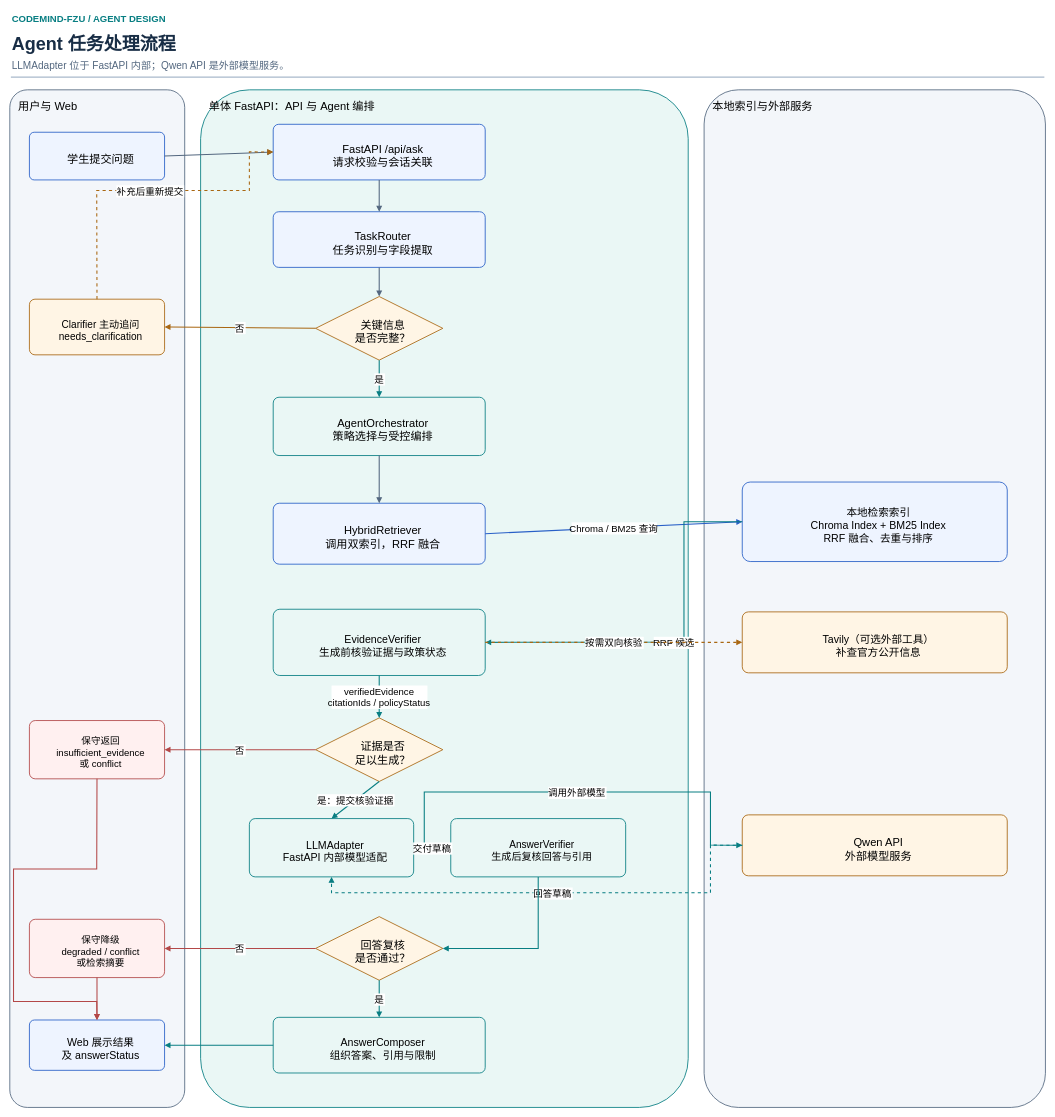
Earlier version of the draw.io diagram docs/assignment-02/system-design/diagrams/agent-flow/Agent流程图_吴诗莹_v1.drawio (yz-Yezi-Genm/CodeMind-FZU). Source tidied: cells renumbered, new cells numbered last; positions are measured from the earlier drawing's top-left corner, leaving out a move shared by most shapes. Both pictures are drawn from the tidied source at 53%, with x=0, y=0 at pixel (10, 9).
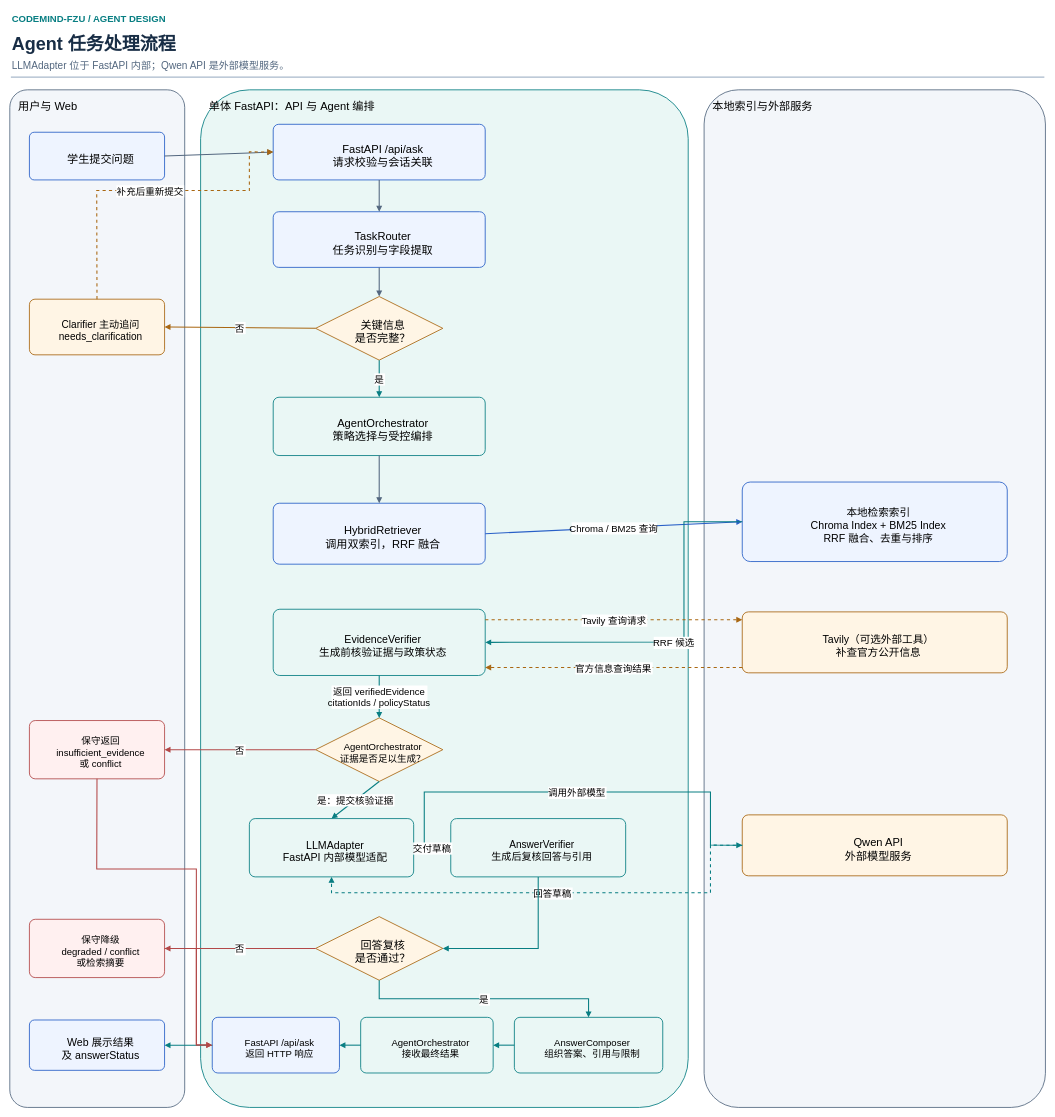
After the change.

Commit message (it also covers changes not shown here):
docs: align Agent diagram response paths

The edit, as a diff of the source:
```diff
@@
-    <mxCell id="19" value="证据是否&#10;足以生成？" style="rhombus;whiteSpace=wrap;html=0;fillColor=#FFF5E5;strokeColor=#A96712;strokeWidth=1.6;fontFamily=Microsoft YaHei;fontSize=21;align=center;verticalAlign=middle;spacingTop=12;spacingLeft=14;" parent="1" vertex="1">
+    <mxCell id="19" value="AgentOrchestrator&#10;证据是否足以生成？" style="rhombus;whiteSpace=wrap;html=0;fillColor=#FFF5E5;strokeColor=#A96712;strokeWidth=1.6;fontFamily=Microsoft YaHei;fontSize=18;align=center;verticalAlign=middle;spacingTop=12;spacingLeft=14;" parent="1" vertex="1">
       <mxGeometry x="577" y="1337" width="240" height="120" as="geometry" />
     </mxCell>
@@
-    <mxCell id="26" value="AnswerComposer&#10;组织答案、引用与限制" style="rounded=1;arcSize=10;whiteSpace=wrap;html=0;fillColor=#EAF7F5;strokeColor=#087E82;strokeWidth=1.6;fontFamily=Microsoft YaHei;fontSize=20;align=center;verticalAlign=middle;spacingTop=12;spacingLeft=14;" parent="1" vertex="1">
-      <mxGeometry x="497" y="1902" width="400" height="105" as="geometry" />
+    <mxCell id="26" value="AnswerComposer&#10;组织答案、引用与限制" style="rounded=1;arcSize=10;whiteSpace=wrap;html=0;fillColor=#EAF7F5;strokeColor=#087E82;strokeWidth=1.6;fontFamily=Microsoft YaHei;fontSize=18;align=center;verticalAlign=middle;spacingTop=12;spacingLeft=14;" parent="1" vertex="1">
+      <mxGeometry x="952" y="1902" width="280" height="105" as="geometry" />
     </mxCell>
+    <mxCell id="50" value="AgentOrchestrator&#10;接收最终结果" style="rounded=1;arcSize=10;whiteSpace=wrap;html=0;fillColor=#EAF7F5;strokeColor=#087E82;strokeWidth=1.6;fontFamily=Microsoft YaHei;fontSize=18;align=center;verticalAlign=middle;spacingTop=12;spacingLeft=14;" parent="1" vertex="1">
+      <mxGeometry x="662" y="1902" width="250" height="105" as="geometry" />
+    </mxCell>
+    <mxCell id="51" value="FastAPI /api/ask&#10;返回 HTTP 响应" style="rounded=1;arcSize=10;whiteSpace=wrap;html=0;fillColor=#EEF4FF;strokeColor=#285FC7;strokeWidth=1.6;fontFamily=Microsoft YaHei;fontSize=18;align=center;verticalAlign=middle;spacingTop=12;spacingLeft=14;" parent="1" vertex="1">
+      <mxGeometry x="382" y="1902" width="240" height="105" as="geometry" />
+    </mxCell>
@@
-    <mxCell id="37" value="按需双向核验" style="edgeStyle=none;rounded=0;html=0;strokeColor=#A96712;strokeWidth=2;endArrow=block;endFill=1;dashed=1;fontFamily=Microsoft YaHei;fontSize=18;labelBackgroundColor=#FFFFFF;" parent="1" edge="1">
+    <mxCell id="37" value="Tavily 查询请求" style="edgeStyle=none;rounded=0;html=0;strokeColor=#A96712;strokeWidth=2;endArrow=block;endFill=1;dashed=1;fontFamily=Microsoft YaHei;fontSize=18;labelBackgroundColor=#FFFFFF;" parent="1" edge="1">
       <mxGeometry relative="1" as="geometry">
-        <mxPoint x="897" y="1194.5" as="sourcePoint" />
-        <mxPoint x="1382" y="1194.5" as="targetPoint" />
+        <mxPoint x="897" y="1152" as="sourcePoint" />
+        <mxPoint x="1382" y="1152" as="targetPoint" />
       </mxGeometry>
     </mxCell>
+    <mxCell id="52" value="官方信息查询结果" style="edgeStyle=none;rounded=0;html=0;strokeColor=#A96712;strokeWidth=2;endArrow=block;endFill=1;dashed=1;fontFamily=Microsoft YaHei;fontSize=18;labelBackgroundColor=#FFFFFF;" parent="1" edge="1">
+      <mxGeometry relative="1" as="geometry">
+        <mxPoint x="1382" y="1242" as="sourcePoint" />
+        <mxPoint x="897" y="1242" as="targetPoint" />
+      </mxGeometry>
+    </mxCell>
-    <mxCell id="38" value="verifiedEvidence&#10;citationIds / policyStatus" style="edgeStyle=none;rounded=0;html=0;strokeColor=#087E82;strokeWidth=2;endArrow=block;endFill=1;dashed=0;fontFamily=Microsoft YaHei;fontSize=18;labelBackgroundColor=#FFFFFF;" parent="1" edge="1">
+    <mxCell id="38" value="返回 verifiedEvidence&#10;citationIds / policyStatus" style="edgeStyle=none;rounded=0;html=0;strokeColor=#087E82;strokeWidth=2;endArrow=block;endFill=1;dashed=0;fontFamily=Microsoft YaHei;fontSize=18;labelBackgroundColor=#FFFFFF;" parent="1" edge="1">
       <mxGeometry relative="1" as="geometry">
         <mxPoint x="697" y="1257" as="sourcePoint" />
         <mxPoint x="697" y="1337" as="targetPoint" />
       </mxGeometry>
     </mxCell>
@@
     <mxCell id="46" value="是" style="edgeStyle=none;rounded=0;html=0;strokeColor=#087E82;strokeWidth=2;endArrow=block;endFill=1;dashed=0;fontFamily=Microsoft YaHei;fontSize=18;labelBackgroundColor=#FFFFFF;" parent="1" edge="1">
       <mxGeometry relative="1" as="geometry">
         <mxPoint x="697" y="1832" as="sourcePoint" />
-        <mxPoint x="697" y="1902" as="targetPoint" />
+        <mxPoint x="1092" y="1902" as="targetPoint" />
+        <Array as="points">
+          <mxPoint x="697" y="1867" />
+          <mxPoint x="1092" y="1867" />
+        </Array>
       </mxGeometry>
     </mxCell>
     <mxCell id="47" style="edgeStyle=none;rounded=0;html=0;strokeColor=#087E82;strokeWidth=2;endArrow=block;endFill=1;dashed=0;fontFamily=Microsoft YaHei;fontSize=18;labelBackgroundColor=#FFFFFF;" parent="1" edge="1">
       <mxGeometry relative="1" as="geometry">
-        <mxPoint x="497" y="1954.5" as="sourcePoint" />
-        <mxPoint x="292" y="1954.5" as="targetPoint" />
+        <mxPoint x="952" y="1954.5" as="sourcePoint" />
+        <mxPoint x="912" y="1954.5" as="targetPoint" />
       </mxGeometry>
     </mxCell>
+    <mxCell id="53" style="edgeStyle=none;rounded=0;html=0;strokeColor=#087E82;strokeWidth=2;endArrow=block;endFill=1;dashed=0;fontFamily=Microsoft YaHei;fontSize=18;labelBackgroundColor=#FFFFFF;" parent="1" edge="1">
+      <mxGeometry relative="1" as="geometry">
+        <mxPoint x="662" y="1954.5" as="sourcePoint" />
+        <mxPoint x="622" y="1954.5" as="targetPoint" />
+      </mxGeometry>
+    </mxCell>
+    <mxCell id="54" style="edgeStyle=none;rounded=0;html=0;strokeColor=#087E82;strokeWidth=2;endArrow=block;endFill=1;dashed=0;fontFamily=Microsoft YaHei;fontSize=18;labelBackgroundColor=#FFFFFF;" parent="1" edge="1">
+      <mxGeometry relative="1" as="geometry">
+        <mxPoint x="382" y="1954.5" as="sourcePoint" />
+        <mxPoint x="292" y="1954.5" as="targetPoint" />
+      </mxGeometry>
+    </mxCell>
     <mxCell id="48" style="edgeStyle=none;rounded=0;html=0;strokeColor=#B34848;strokeWidth=2;endArrow=block;endFill=1;dashed=0;fontFamily=Microsoft YaHei;fontSize=18;labelBackgroundColor=#FFFFFF;" parent="1" edge="1">
       <mxGeometry relative="1" as="geometry">
         <mxPoint x="164.5" y="1452" as="sourcePoint" />
-        <mxPoint x="164.5" y="1907" as="targetPoint" />
+        <mxPoint x="382" y="1954.5" as="targetPoint" />
         <Array as="points">
           <mxPoint x="164" y="1622" />
-          <mxPoint x="7" y="1622" />
-          <mxPoint x="7" y="1872" />
-          <mxPoint x="164" y="1872" />
+          <mxPoint x="352" y="1622" />
+          <mxPoint x="352" y="1954" />
         </Array>
       </mxGeometry>
     </mxCell>
     <mxCell id="49" style="edgeStyle=none;rounded=0;html=0;strokeColor=#B34848;strokeWidth=2;endArrow=block;endFill=1;dashed=0;fontFamily=Microsoft YaHei;fontSize=18;labelBackgroundColor=#FFFFFF;" parent="1" edge="1">
       <mxGeometry relative="1" as="geometry">
-        <mxPoint x="164.5" y="1827" as="sourcePoint" />
-        <mxPoint x="164.5" y="1907" as="targetPoint" />
+        <mxPoint x="292" y="1772" as="sourcePoint" />
+        <mxPoint x="382" y="1954.5" as="targetPoint" />
+        <Array as="points">
+          <mxPoint x="352" y="1772" />
+          <mxPoint x="352" y="1954" />
+        </Array>
       </mxGeometry>
     </mxCell>
```
